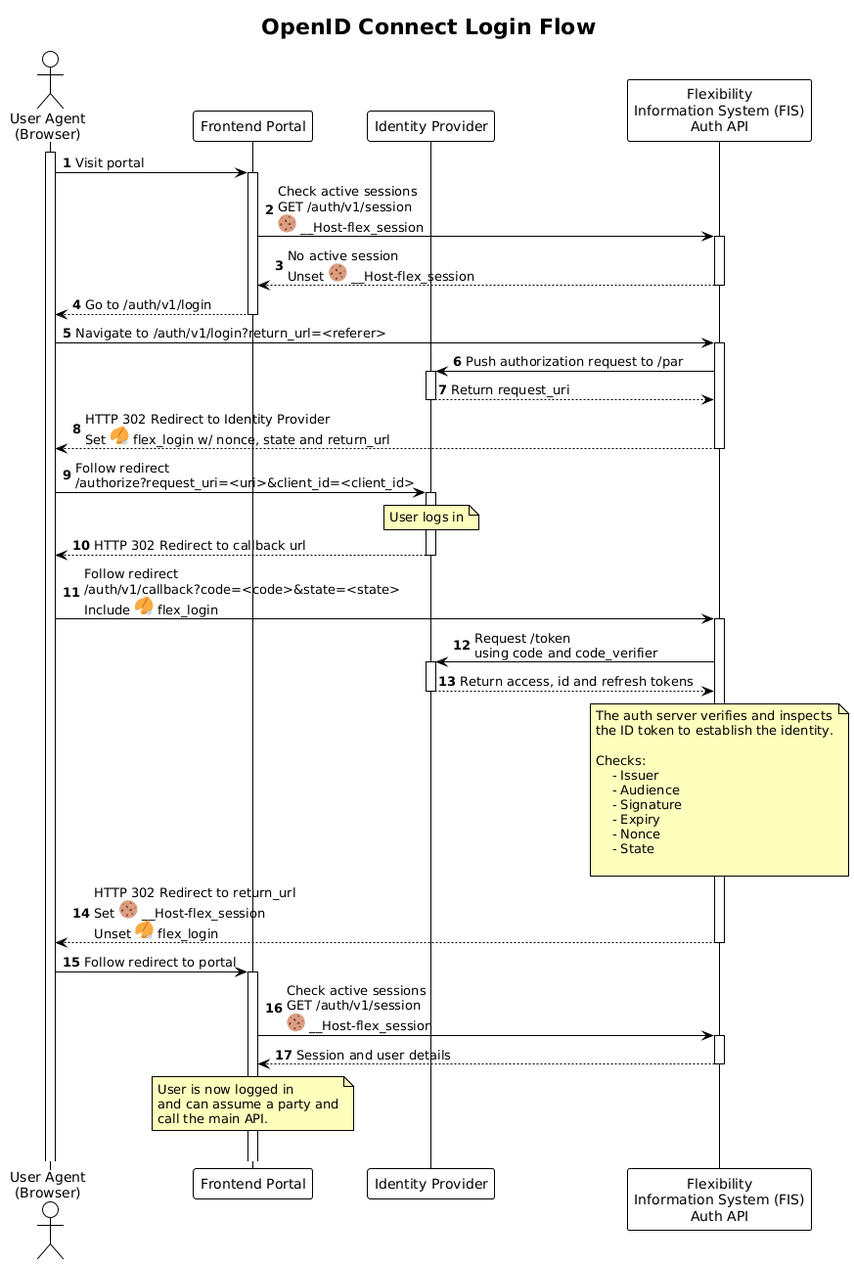
Above: docs-dev/diagrams/oidc_login_sequence.png in elhub/flex-information-system (PlantUML), before the change. The source it was exported from:
```plantuml
@startuml oidc_login_sequence

!theme plain

title OpenID Connect Login Flow

autonumber
autoactivate on

skinparam note {
    BackgroundColor #FFFFBD
}

actor "User Agent\n(Browser)" as UA
activate UA
participant "Frontend Portal" as PORTAL
participant "Identity Provider" as IDP
participant "Flexibility\nInformation System (FIS)\nAuth API" as AUTH

UA -> PORTAL: Visit portal
PORTAL -> AUTH: Check active sessions\nGET /auth/v1/session\n<:cookie:> __Host-flex_session
return No active session\nUnset <:cookie:> __Host-flex_session
return Go to /auth/v1/login

UA -> AUTH: Navigate to /auth/v1/login?return_url=<referer>
AUTH -> IDP: Push authorization request to /par
return Return request_uri
return HTTP 302 Redirect to Identity Provider\nSet <:fortune_cookie:> flex_login w/ nonce, state and return_url

UA -> IDP: Follow redirect\n/authorize?request_uri=<uri>&client_id=<client_id>
note over IDP
    User logs in
end note
return HTTP 302 Redirect to callback url

UA -> AUTH: Follow redirect\n/auth/v1/callback?code=<code>&state=<state>\nInclude <:fortune_cookie:> flex_login
AUTH -> IDP: Request /token\nusing code and code_verifier
return Return access, id and refresh tokens
note over AUTH
    The auth server verifies and inspects
    the ID token to establish the identity.

    Checks:
        - Issuer
        - Audience
        - Signature
        - Expiry
        - Nonce
        - State

end note

return HTTP 302 Redirect to return_url\nSet <:cookie:> __Host-flex_session\nUnset <:fortune_cookie:> flex_login

UA -> PORTAL: Follow redirect to portal
PORTAL -> AUTH: Check active sessions\nGET /auth/v1/session\n<:cookie:> __Host-flex_session
return Session and user details

note over PORTAL
    User is now logged in
    and can assume a party and
    call the main API.
end note
|||
@enduml
```
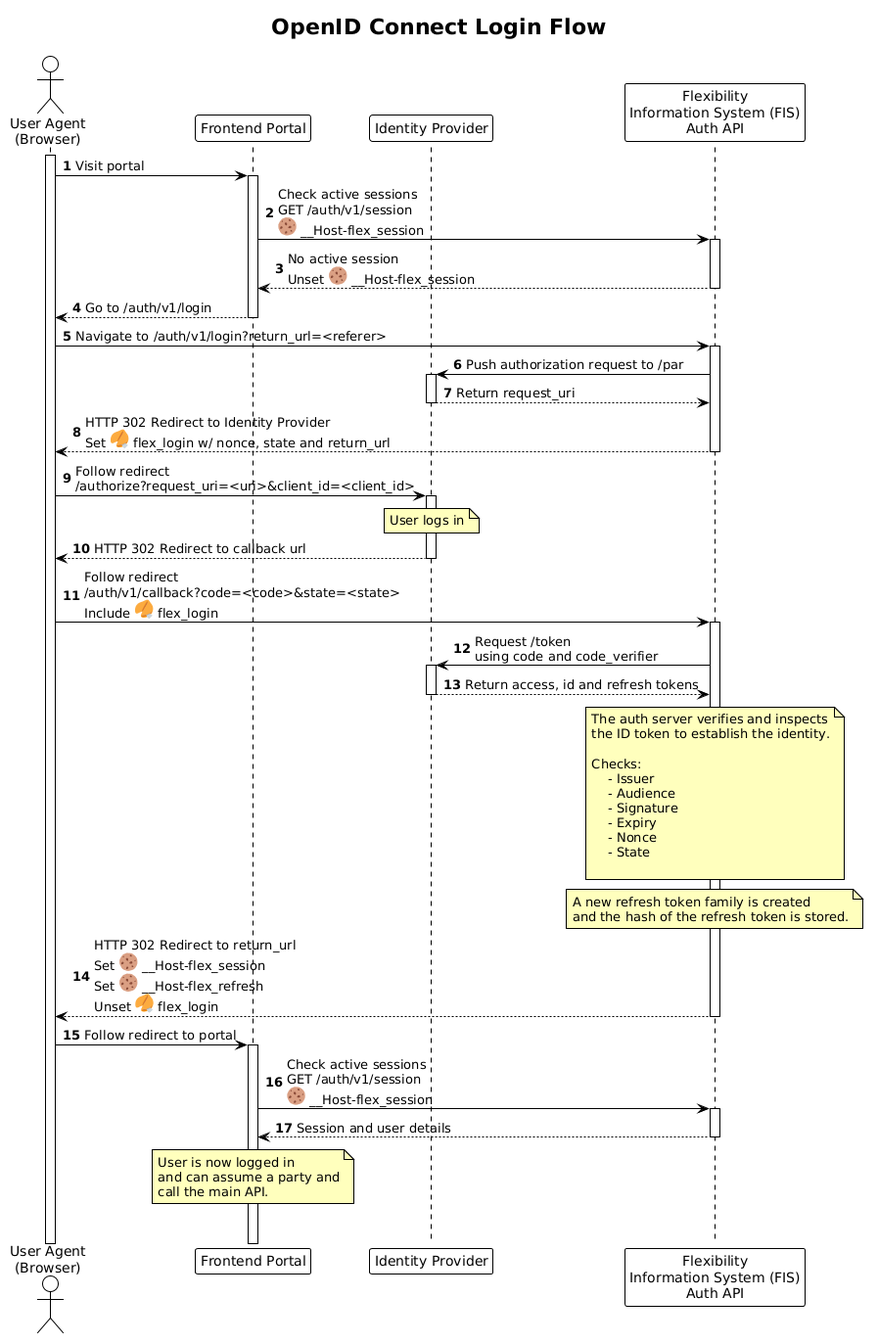
Above is the later version.

Commit message:
docs: refresh token design draft (FLEX-1617)

Diff of the diagram source:
```diff
@@ -50,7 +50,12 @@
 
 end note
 
-return HTTP 302 Redirect to return_url\nSet <:cookie:> __Host-flex_session\nUnset <:fortune_cookie:> flex_login
+note over AUTH
+    A new refresh token family is created
+    and the hash of the refresh token is stored.
+end note
+
+return HTTP 302 Redirect to return_url\nSet <:cookie:> __Host-flex_session\nSet <:cookie:> __Host-flex_refresh\nUnset <:fortune_cookie:> flex_login
 
 UA -> PORTAL: Follow redirect to portal
 PORTAL -> AUTH: Check active sessions\nGET /auth/v1/session\n<:cookie:> __Host-flex_session
```
